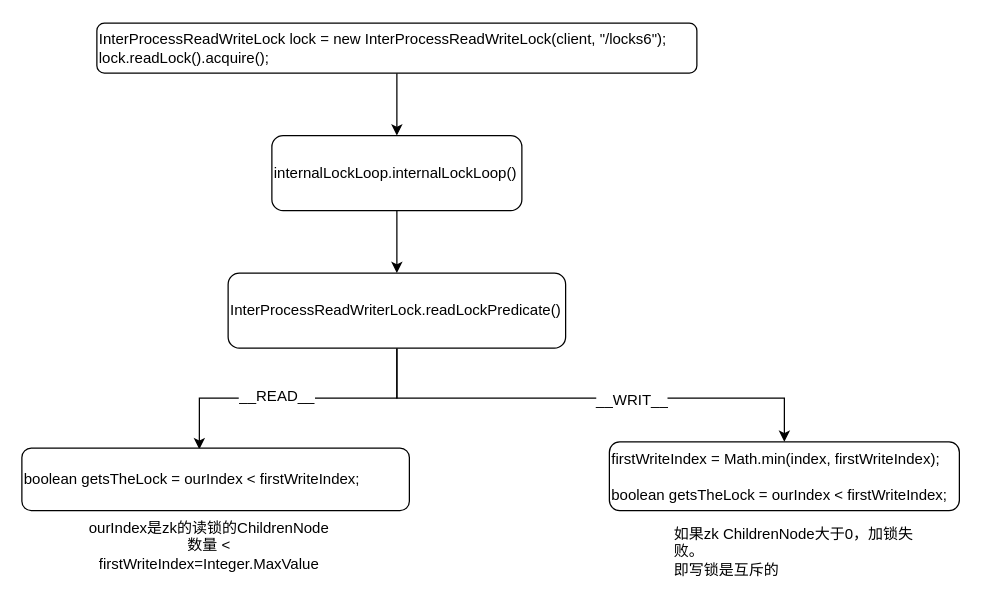
chenshuai1995/a-imgs keeps this draw.io diagram as 微服务/分布式锁/03_zookeeper分布式锁：读写锁.drawio. Above is the earlier version. Source tidied: cells renumbered, new cells numbered last; positions are measured from the earlier drawing's top-left corner, leaving out a move shared by most shapes. Both pictures are drawn from the tidied source at 125%, with x=0, y=0 at pixel (21, 22).
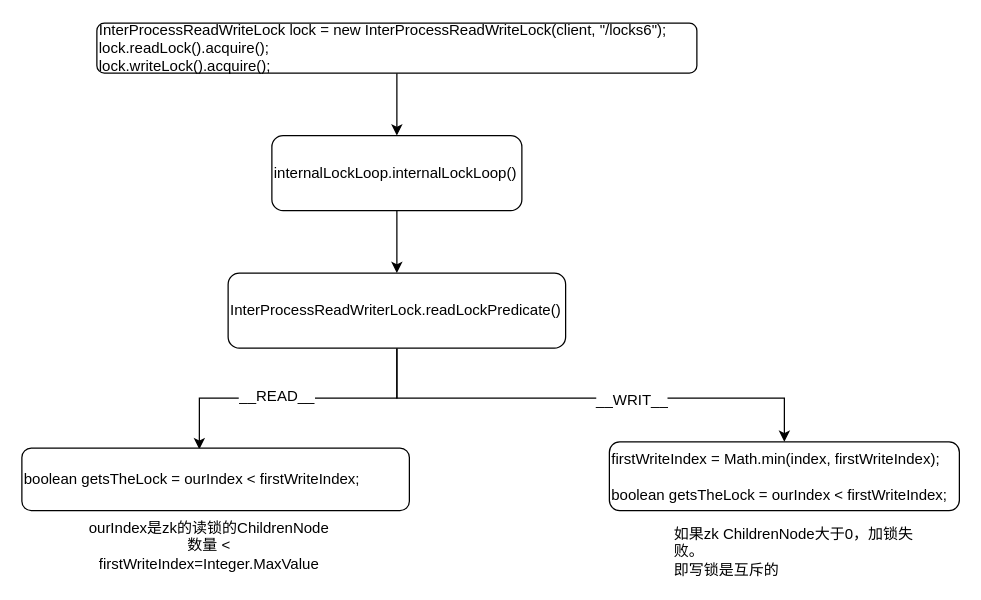
After the change.

Commit message (it also covers changes not shown here):
更新03_zookeeper分布式锁：读写锁.drawio

What changed in the source:
```diff
@@
 <mxGraphModel>
   <root>
     <mxCell id="0" />
     <mxCell id="1" parent="0" />
     <mxCell id="2" style="edgeStyle=orthogonalEdgeStyle;rounded=0;jettySize=auto;html=1;entryX=0.5;entryY=0;entryDx=0;entryDy=0;" parent="1" edge="1" source="3" target="5">
       <mxGeometry relative="1" as="geometry" />
     </mxCell>
-    <mxCell id="3" value="&lt;div&gt;InterProcessReadWriteLock lock = new InterProcessReadWriteLock(client, &quot;/locks6&quot;);&lt;/div&gt;&lt;div&gt;lock.readLock().acquire();&lt;/div&gt;" style="rounded=1;whiteSpace=wrap;html=1;align=left;" parent="1" vertex="1">
+    <mxCell id="3" value="&lt;div&gt;InterProcessReadWriteLock lock = new InterProcessReadWriteLock(client, &quot;/locks6&quot;);&lt;/div&gt;&lt;div&gt;lock.readLock().acquire();&lt;/div&gt;&lt;div&gt;lock.writeLock().acquire();&lt;br&gt;&lt;/div&gt;" style="rounded=1;whiteSpace=wrap;html=1;align=left;" parent="1" vertex="1">
       <mxGeometry x="60" width="480" height="40" as="geometry" />
     </mxCell>
     <mxCell id="4" style="edgeStyle=orthogonalEdgeStyle;rounded=0;jettySize=auto;html=1;entryX=0.5;entryY=0;entryDx=0;entryDy=0;" parent="1" edge="1" source="5" target="10">
       <mxGeometry relative="1" as="geometry" />
     </mxCell>
     <mxCell id="5" value="internalLockLoop.internalLockLoop()" style="rounded=1;whiteSpace=wrap;html=1;align=left;" parent="1" vertex="1">
       <mxGeometry x="200" y="90" width="200" height="60" as="geometry" />
     </mxCell>
     <mxCell id="6" style="edgeStyle=orthogonalEdgeStyle;rounded=0;jettySize=auto;html=1;entryX=0.458;entryY=0.02;entryDx=0;entryDy=0;entryPerimeter=0;" parent="1" edge="1" source="10" target="11">
       <mxGeometry relative="1" as="geometry" />
     </mxCell>
     <mxCell id="7" value="__READ__" style="text;html=1;align=center;verticalAlign=middle;labelBackgroundColor=#ffffff;" parent="6" vertex="1">
       <mxGeometry x="0.15" y="-2" relative="1" as="geometry" />
     </mxCell>
     <mxCell id="8" style="edgeStyle=orthogonalEdgeStyle;rounded=0;jettySize=auto;html=1;" parent="1" edge="1" target="13">
       <mxGeometry relative="1" as="geometry">
         <mxPoint x="300" y="260" as="sourcePoint" />
         <Array as="points">
           <mxPoint x="300" y="300" />
           <mxPoint x="610" y="300" />
         </Array>
       </mxGeometry>
     </mxCell>
     <mxCell id="9" value="__WRIT__" style="text;html=1;align=center;verticalAlign=middle;labelBackgroundColor=#ffffff;" parent="8" vertex="1">
       <mxGeometry x="0.18" y="-1" relative="1" as="geometry" />
     </mxCell>
     <mxCell id="10" value="InterProcessReadWriterLock.readLockPredicate()" style="rounded=1;whiteSpace=wrap;html=1;align=left;" parent="1" vertex="1">
       <mxGeometry x="165" y="200" width="270" height="60" as="geometry" />
     </mxCell>
     <mxCell id="11" value="boolean getsTheLock = ourIndex &amp;lt; firstWriteIndex;" style="rounded=1;whiteSpace=wrap;html=1;align=left;" parent="1" vertex="1">
       <mxGeometry y="340" width="310" height="50" as="geometry" />
     </mxCell>
     <mxCell id="12" value="ourIndex是zk的读锁的ChildrenNode数量 &amp;lt; firstWriteIndex=Integer.MaxValue" style="text;html=1;strokeColor=none;fillColor=none;align=center;verticalAlign=middle;whiteSpace=wrap;rounded=0;" parent="1" vertex="1">
       <mxGeometry x="50" y="400" width="200" height="35" as="geometry" />
     </mxCell>
     <mxCell id="13" value="firstWriteIndex = Math.min(index, firstWriteIndex);&lt;br&gt;&lt;br&gt;boolean getsTheLock = ourIndex &amp;lt; firstWriteIndex;" style="rounded=1;whiteSpace=wrap;html=1;align=left;" parent="1" vertex="1">
       <mxGeometry x="470" y="335" width="280" height="55" as="geometry" />
     </mxCell>
     <mxCell id="14" value="如果zk ChildrenNode大于0，加锁失败。&lt;br&gt;即写锁是互斥的" style="text;html=1;strokeColor=none;fillColor=none;align=left;verticalAlign=middle;whiteSpace=wrap;rounded=0;" parent="1" vertex="1">
       <mxGeometry x="520" y="410" width="210" height="25" as="geometry" />
     </mxCell>
   </root>
 </mxGraphModel>
```
